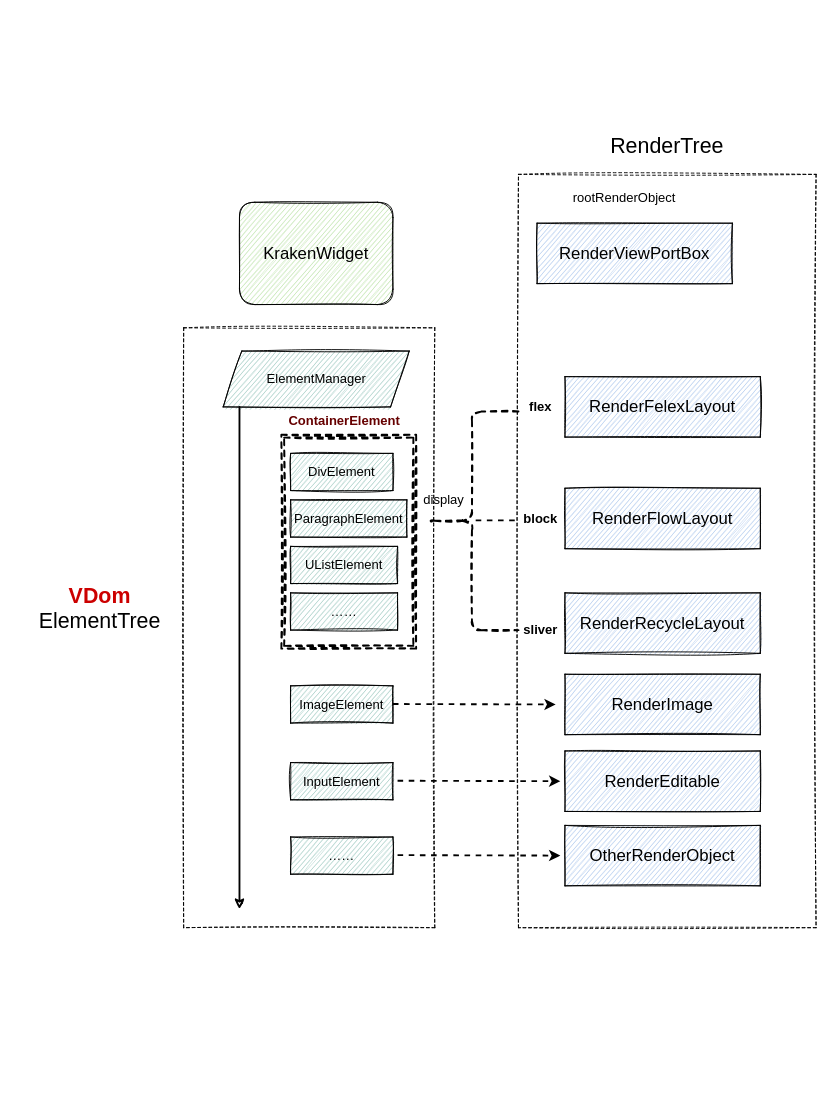
Earlier version of the draw.io diagram app/Untitled Diagram.drawio (battleAgain/blurring). Source tidied: cells renumbered, new cells numbered last; positions are measured from the earlier drawing's top-left corner, leaving out a move shared by most shapes. Both pictures are drawn from the tidied source at 93%, with x=0, y=0 at pixel (25, 16). Pictures stored in the file or linked from it are replaced by grey dashed boxes.
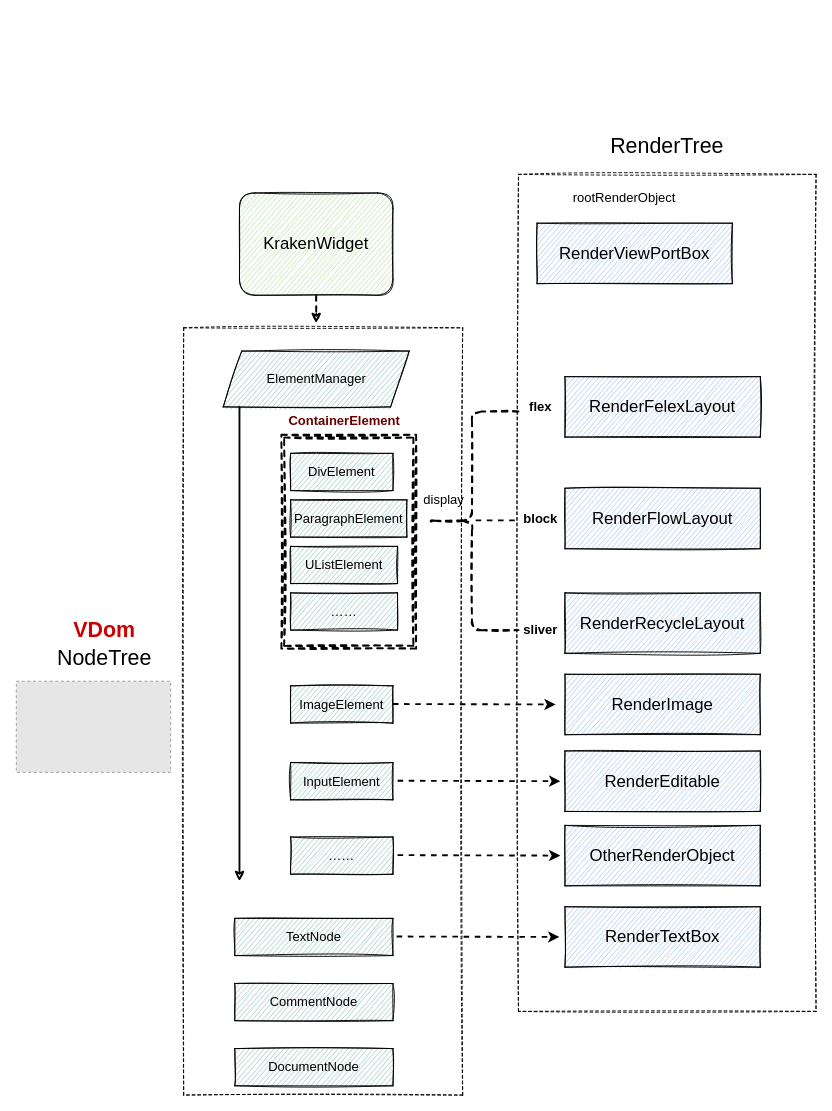
The same page after the edit.

Change to the diagram source:
```diff
@@
+    <mxCell id="34" style="rounded=0;whiteSpace=wrap;html=1;dashed=1;sketch=1;fontSize=14;fontColor=#000000;strokeWidth=1;fillColor=none;" parent="1" vertex="1">
+      <mxGeometry x="530" y="170" width="320" height="900" as="geometry" />
+    </mxCell>
     <mxCell id="2" style="rounded=0;whiteSpace=wrap;html=1;dashed=1;sketch=1;fontSize=14;fontColor=#000000;strokeWidth=1;fillColor=none;" parent="1" vertex="1">
-      <mxGeometry x="170" y="335" width="270" height="645" as="geometry" />
+      <mxGeometry x="170" y="335" width="300" height="825" as="geometry" />
     </mxCell>
@@
+    <mxCell id="36" style="edgeStyle=orthogonalEdgeStyle;rounded=0;sketch=1;jettySize=auto;html=1;dashed=1;fontSize=23;fontColor=#CC0000;strokeWidth=2;" parent="1" edge="1" source="4">
+      <mxGeometry relative="1" as="geometry">
+        <mxPoint x="312.5" y="330" as="targetPoint" />
+      </mxGeometry>
+    </mxCell>
     <mxCell id="4" value="KrakenWidget" style="rounded=1;whiteSpace=wrap;html=1;fontSize=18;fillColor=#B9E0A5;sketch=1;" parent="1" vertex="1">
-      <mxGeometry x="230" y="200" width="165" height="110" as="geometry" />
+      <mxGeometry x="230" y="190" width="165" height="110" as="geometry" />
     </mxCell>
@@
     <mxCell id="8" style="endArrow=classic;html=1;fontSize=14;fontColor=#000000;sketch=1;strokeWidth=2;" parent="1" edge="1">
       <mxGeometry relative="1" as="geometry">
         <mxPoint x="230" y="420" as="sourcePoint" />
-        <mxPoint x="230" y="960" as="targetPoint" />
+        <mxPoint x="230" y="930" as="targetPoint" />
       </mxGeometry>
     </mxCell>
@@
-    <mxCell id="32" value="ElementTree" style="text;html=1;strokeColor=none;fillColor=none;align=center;verticalAlign=middle;whiteSpace=wrap;rounded=0;dashed=1;sketch=1;fontSize=23;fontColor=#000000;" parent="1" vertex="1">
-      <mxGeometry y="510" width="160" height="280" as="geometry" />
+    <mxCell id="32" value="NodeTree" style="text;html=1;strokeColor=none;fillColor=none;align=center;verticalAlign=middle;whiteSpace=wrap;rounded=0;dashed=1;sketch=1;fontSize=23;fontColor=#000000;" parent="1" vertex="1">
+      <mxGeometry x="10" y="665" width="150" height="50" as="geometry" />
     </mxCell>
     <mxCell id="33" value="VDom" style="text;html=1;strokeColor=none;fillColor=none;align=center;verticalAlign=middle;whiteSpace=wrap;rounded=0;dashed=1;sketch=1;fontSize=23;fontColor=#CC0000;fontStyle=1;" parent="1" vertex="1">
-      <mxGeometry x="60" y="612.5" width="40" height="20" as="geometry" />
+      <mxGeometry x="65" y="650" width="40" height="20" as="geometry" />
     </mxCell>
-    <mxCell id="34" style="rounded=0;whiteSpace=wrap;html=1;dashed=1;sketch=1;fontSize=14;fontColor=#000000;strokeWidth=1;fillColor=none;" parent="1" vertex="1">
-      <mxGeometry x="530" y="170" width="320" height="810" as="geometry" />
-    </mxCell>
@@
+    <mxCell id="37" value="TextNode" style="rounded=0;whiteSpace=wrap;html=1;fontSize=14;fontColor=#000000;fillColor=#9AC7BF;sketch=1;" parent="1" vertex="1">
+      <mxGeometry x="225" y="970" width="170" height="40" as="geometry" />
+    </mxCell>
+    <mxCell id="38" value="CommentNode" style="rounded=0;whiteSpace=wrap;html=1;fontSize=14;fontColor=#000000;fillColor=#9AC7BF;sketch=1;" parent="1" vertex="1">
+      <mxGeometry x="225" y="1040" width="170" height="40" as="geometry" />
+    </mxCell>
+    <mxCell id="39" value="DocumentNode" style="rounded=0;whiteSpace=wrap;html=1;fontSize=14;fontColor=#000000;fillColor=#9AC7BF;sketch=1;" parent="1" vertex="1">
+      <mxGeometry x="225" y="1110" width="170" height="40" as="geometry" />
+    </mxCell>
+    <mxCell id="40" value="RenderTextBox" style="rounded=0;whiteSpace=wrap;html=1;fontSize=18;fillColor=#A9C4EB;sketch=1;" parent="1" vertex="1">
+      <mxGeometry x="580" y="957.5" width="210" height="65" as="geometry" />
+    </mxCell>
+    <mxCell id="41" style="endArrow=classic;html=1;dashed=1;fontSize=14;fontColor=#000000;strokeWidth=2;" parent="1" edge="1">
+      <mxGeometry relative="1" as="geometry">
+        <mxPoint x="399" y="989.5" as="sourcePoint" />
+        <mxPoint x="574" y="990" as="targetPoint" />
+      </mxGeometry>
+    </mxCell>
+    <mxCell id="42" style="fillColor=#E6E6E6;strokeColor=#999999;dashed=1;verticalLabelPosition=bottom;labelBackgroundColor=#ffffff;verticalAlign=top;" parent="1" vertex="1">
+      <mxGeometry x="-10" y="715" width="166" height="98" as="geometry" />
+    </mxCell>
```
